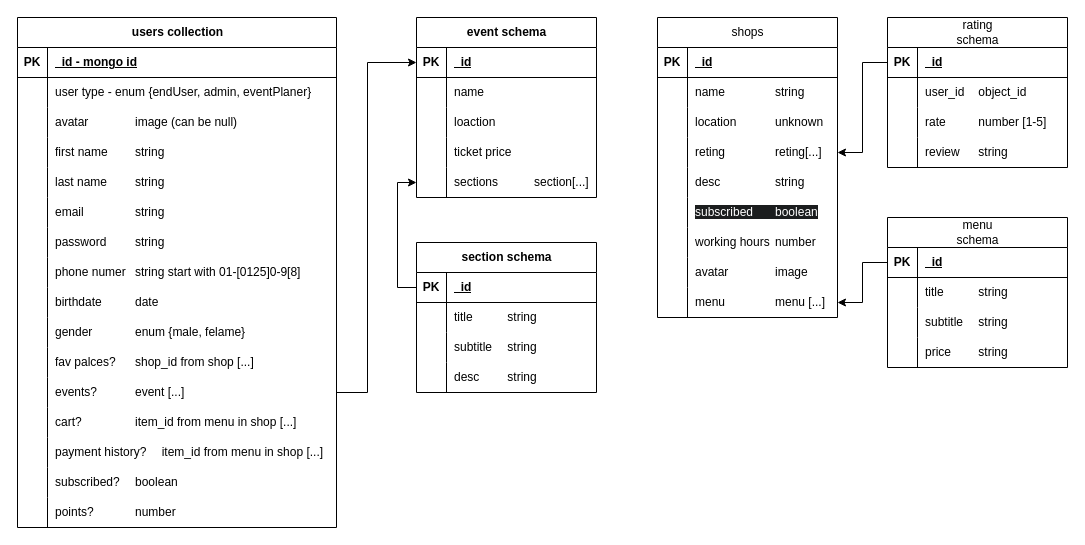
marinaeleshaa/EcoSphere keeps this draw.io diagram as page "collections" (3 of 3) of docs/EcoSphere.drawio. Above is the earlier version. Source tidied: cells renumbered, new cells numbered last; positions are measured from the earlier drawing's top-left corner, leaving out a move shared by most shapes. Both pictures are drawn from the tidied source at 100%, with x=0, y=0 at pixel (17, 17).
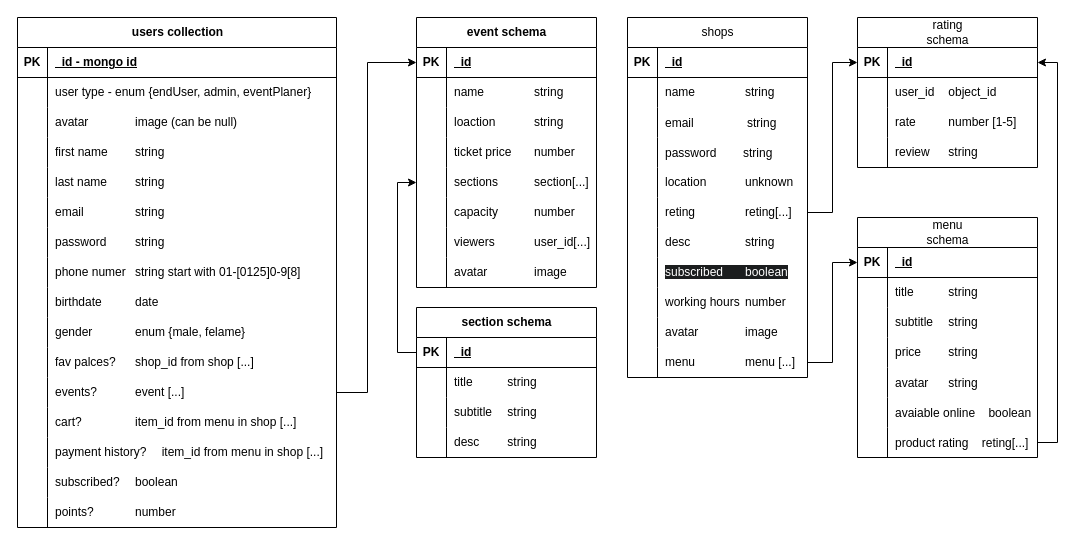
The same diagram, later.

Unchanged cells that the change refers to:
```xml
<mxCell id="55" style="shape=tableRow;horizontal=0;startSize=0;swimlaneHead=0;swimlaneBody=0;fillColor=none;top=0;left=0;right=0;bottom=0;" parent="51" vertex="1">
  <mxGeometry y="60" width="180" height="30" as="geometry" />
</mxCell>
<mxCell id="58" style="shape=tableRow;horizontal=0;startSize=0;swimlaneHead=0;swimlaneBody=0;fillColor=none;top=0;left=0;right=0;bottom=0;" parent="51" vertex="1">
  <mxGeometry y="90" width="180" height="30" as="geometry" />
</mxCell>
<mxCell id="61" style="shape=tableRow;horizontal=0;startSize=0;swimlaneHead=0;swimlaneBody=0;fillColor=none;top=0;left=0;right=0;bottom=0;" parent="51" vertex="1">
  <mxGeometry y="120" width="180" height="30" as="geometry" />
</mxCell>
<mxCell id="64" style="shape=tableRow;horizontal=0;startSize=0;swimlaneHead=0;swimlaneBody=0;fillColor=none;points=[[0,0.5],[1,0.5]];portConstraint=eastwest;top=0;left=0;right=0;bottom=0;" parent="51" vertex="1">
  <mxGeometry y="150" width="180" height="30" as="geometry" />
</mxCell>
<mxCell id="68" style="shape=tableRow;horizontal=0;startSize=0;swimlaneHead=0;swimlaneBody=0;fillColor=none;points=[[0,0.5],[1,0.5]];portConstraint=eastwest;top=0;left=0;right=0;bottom=1;" parent="67" vertex="1">
  <mxGeometry y="30" width="180" height="30" as="geometry" />
</mxCell>
<mxCell id="111" style="shape=tableRow;horizontal=0;startSize=0;swimlaneHead=0;swimlaneBody=0;fillColor=none;points=[[0,0.5],[1,0.5]];portConstraint=eastwest;top=0;left=0;right=0;bottom=1;" parent="110" vertex="1">
  <mxGeometry y="30" width="180" height="30" as="geometry" />
</mxCell>
<mxCell id="125" style="shape=tableRow;horizontal=0;startSize=0;swimlaneHead=0;swimlaneBody=0;fillColor=none;points=[[0,0.5],[1,0.5]];portConstraint=eastwest;top=0;left=0;right=0;bottom=1;" parent="124" vertex="1">
  <mxGeometry y="30" width="180" height="30" as="geometry" />
</mxCell>
```

Change to the diagram source:
```diff
@@
     <mxCell id="51" value="event schema" style="shape=table;startSize=30;childLayout=tableLayout;rowLines=0;fontStyle=1;align=center;html=1;" parent="1" vertex="1">
-      <mxGeometry x="399" width="180" height="180" as="geometry" />
+      <mxGeometry x="399" width="180" height="270" as="geometry" />
     </mxCell>
@@
-    <mxCell id="57" value="name" style="shape=partialRectangle;fillColor=none;top=0;left=0;bottom=0;right=0;align=left;spacingLeft=6;overflow=hidden;whiteSpace=wrap;html=1;" parent="55" vertex="1">
+    <mxCell id="57" value="name&lt;span style=&quot;white-space: pre;&quot;&gt;&#9;&lt;/span&gt; &lt;span style=&quot;white-space: pre;&quot;&gt;&#9;&lt;/span&gt;string" style="shape=partialRectangle;fillColor=none;top=0;left=0;bottom=0;right=0;align=left;spacingLeft=6;overflow=hidden;whiteSpace=wrap;html=1;" parent="55" vertex="1">
       <mxGeometry x="30" width="150" height="30" as="geometry" />
     </mxCell>
@@
-    <mxCell id="60" value="loaction" style="shape=partialRectangle;fillColor=none;top=0;left=0;bottom=0;right=0;align=left;spacingLeft=6;overflow=hidden;whiteSpace=wrap;html=1;" parent="58" vertex="1">
+    <mxCell id="60" value="loaction&lt;span style=&quot;white-space: pre;&quot;&gt;&#9;&lt;/span&gt;&lt;span style=&quot;white-space: pre;&quot;&gt;&#9;&lt;/span&gt;string" style="shape=partialRectangle;fillColor=none;top=0;left=0;bottom=0;right=0;align=left;spacingLeft=6;overflow=hidden;whiteSpace=wrap;html=1;" parent="58" vertex="1">
       <mxGeometry x="30" width="150" height="30" as="geometry" />
     </mxCell>
@@
-    <mxCell id="63" value="&lt;span style=&quot;text-align: center;&quot;&gt;ticket price&lt;/span&gt;" style="shape=partialRectangle;fillColor=none;top=0;left=0;bottom=0;right=0;align=left;spacingLeft=6;overflow=hidden;whiteSpace=wrap;html=1;" parent="61" vertex="1">
+    <mxCell id="63" value="&lt;span style=&quot;text-align: center;&quot;&gt;ticket price&lt;span style=&quot;white-space: pre;&quot;&gt;&#9;&lt;/span&gt;number&lt;/span&gt;" style="shape=partialRectangle;fillColor=none;top=0;left=0;bottom=0;right=0;align=left;spacingLeft=6;overflow=hidden;whiteSpace=wrap;html=1;" parent="61" vertex="1">
       <mxGeometry x="30" width="150" height="30" as="geometry" />
     </mxCell>
@@
-    <mxCell id="66" value="&lt;span style=&quot;text-align: center;&quot;&gt;sections&amp;nbsp;&lt;span style=&quot;white-space: pre;&quot;&gt;&#9;&lt;/span&gt;&lt;span style=&quot;white-space: pre;&quot;&gt;&#9;&lt;/span&gt;section[...]&lt;/span&gt;" style="shape=partialRectangle;fillColor=none;top=0;left=0;bottom=0;right=0;align=left;spacingLeft=6;overflow=hidden;whiteSpace=wrap;html=1;" parent="64" vertex="1">
+    <mxCell id="66" value="&lt;span style=&quot;text-align: center;&quot;&gt;sections&lt;span style=&quot;white-space: pre;&quot;&gt;&#9;&lt;/span&gt;&amp;nbsp;&lt;span style=&quot;white-space: pre;&quot;&gt;&#9;&lt;/span&gt;section[...]&lt;/span&gt;" style="shape=partialRectangle;fillColor=none;top=0;left=0;bottom=0;right=0;align=left;spacingLeft=6;overflow=hidden;whiteSpace=wrap;html=1;" parent="64" vertex="1">
       <mxGeometry x="30" width="150" height="30" as="geometry" />
     </mxCell>
+    <mxCell id="138" style="shape=tableRow;horizontal=0;startSize=0;swimlaneHead=0;swimlaneBody=0;fillColor=none;top=0;left=0;right=0;bottom=0;" parent="51" vertex="1">
+      <mxGeometry y="180" width="180" height="30" as="geometry" />
+    </mxCell>
+    <mxCell id="139" style="shape=partialRectangle;fillColor=none;top=0;left=0;bottom=0;right=0;overflow=hidden;whiteSpace=wrap;html=1;" parent="138" vertex="1">
+      <mxGeometry width="30" height="30" as="geometry" />
+    </mxCell>
+    <mxCell id="140" value="&lt;span style=&quot;text-align: center;&quot;&gt;capacity&lt;span style=&quot;white-space: pre;&quot;&gt;&#9;&lt;span style=&quot;white-space: pre;&quot;&gt;&#9;&lt;/span&gt;&lt;/span&gt;number&lt;/span&gt;" style="shape=partialRectangle;fillColor=none;top=0;left=0;bottom=0;right=0;align=left;spacingLeft=6;overflow=hidden;whiteSpace=wrap;html=1;" parent="138" vertex="1">
+      <mxGeometry x="30" width="150" height="30" as="geometry" />
+    </mxCell>
+    <mxCell id="141" style="shape=tableRow;horizontal=0;startSize=0;swimlaneHead=0;swimlaneBody=0;fillColor=none;top=0;left=0;right=0;bottom=0;" parent="51" vertex="1">
+      <mxGeometry y="210" width="180" height="30" as="geometry" />
+    </mxCell>
+    <mxCell id="142" style="shape=partialRectangle;fillColor=none;top=0;left=0;bottom=0;right=0;overflow=hidden;whiteSpace=wrap;html=1;" parent="141" vertex="1">
+      <mxGeometry width="30" height="30" as="geometry" />
+    </mxCell>
+    <mxCell id="143" value="&lt;div style=&quot;text-align: center;&quot;&gt;&lt;span style=&quot;background-color: transparent; color: light-dark(rgb(0, 0, 0), rgb(255, 255, 255)); text-align: left;&quot;&gt;viewers&lt;/span&gt;&lt;span style=&quot;background-color: transparent; color: light-dark(rgb(0, 0, 0), rgb(255, 255, 255));&quot;&gt;&lt;span style=&quot;white-space: pre;&quot;&gt;&#9;&lt;/span&gt;&lt;span style=&quot;white-space: pre;&quot;&gt;&#9;&lt;/span&gt;user_id[...]&lt;/span&gt;&lt;/div&gt;" style="shape=partialRectangle;fillColor=none;top=0;left=0;bottom=0;right=0;align=left;spacingLeft=6;overflow=hidden;whiteSpace=wrap;html=1;" parent="141" vertex="1">
+      <mxGeometry x="30" width="150" height="30" as="geometry" />
+    </mxCell>
+    <mxCell id="144" style="shape=tableRow;horizontal=0;startSize=0;swimlaneHead=0;swimlaneBody=0;fillColor=none;top=0;left=0;right=0;bottom=0;" parent="51" vertex="1">
+      <mxGeometry y="240" width="180" height="30" as="geometry" />
+    </mxCell>
+    <mxCell id="145" style="shape=partialRectangle;fillColor=none;top=0;left=0;bottom=0;right=0;overflow=hidden;whiteSpace=wrap;html=1;" parent="144" vertex="1">
+      <mxGeometry width="30" height="30" as="geometry" />
+    </mxCell>
+    <mxCell id="146" value="&lt;span style=&quot;text-align: center;&quot;&gt;avatar&lt;span style=&quot;white-space: pre;&quot;&gt;&#9;&lt;span style=&quot;white-space: pre;&quot;&gt;&#9;&lt;/span&gt;&lt;/span&gt;image&lt;/span&gt;" style="shape=partialRectangle;fillColor=none;top=0;left=0;bottom=0;right=0;align=left;spacingLeft=6;overflow=hidden;whiteSpace=wrap;html=1;" parent="144" vertex="1">
+      <mxGeometry x="30" width="150" height="30" as="geometry" />
+    </mxCell>
     <mxCell id="67" value="section schema" style="shape=table;startSize=30;childLayout=tableLayout;rowLines=0;fontStyle=1;align=center;html=1;" parent="1" vertex="1">
-      <mxGeometry x="399" y="225" width="180" height="150" as="geometry" />
+      <mxGeometry x="399" y="290" width="180" height="150" as="geometry" />
     </mxCell>
@@
     <mxCell id="81" style="edgeStyle=orthogonalEdgeStyle;rounded=0;jettySize=auto;html=1;entryX=0;entryY=0.5;entryDx=0;entryDy=0;" parent="1" edge="1" source="68" target="64">
       <mxGeometry relative="1" as="geometry">
         <Array as="points">
-          <mxPoint x="380" y="270" />
+          <mxPoint x="380" y="335" />
           <mxPoint x="380" y="165" />
         </Array>
       </mxGeometry>
     </mxCell>
     <mxCell id="82" value="&lt;span style=&quot;font-weight: 400; text-wrap-mode: wrap;&quot;&gt;shops&lt;/span&gt;" style="shape=table;startSize=30;childLayout=tableLayout;rowLines=0;fontStyle=1;align=center;html=1;" parent="1" vertex="1">
-      <mxGeometry x="640" width="180" height="300" as="geometry" />
+      <mxGeometry x="610" width="180" height="360" as="geometry" />
     </mxCell>
@@
+    <mxCell id="147" style="shape=tableRow;horizontal=0;startSize=0;swimlaneHead=0;swimlaneBody=0;fillColor=none;top=0;left=0;right=0;bottom=0;" parent="82" vertex="1">
+      <mxGeometry y="90" width="180" height="30" as="geometry" />
+    </mxCell>
+    <mxCell id="148" style="shape=partialRectangle;fillColor=none;top=0;left=0;bottom=0;right=0;overflow=hidden;" parent="147" vertex="1">
+      <mxGeometry width="30" height="30" as="geometry" />
+    </mxCell>
+    <mxCell id="149" value="email                string" style="shape=partialRectangle;fillColor=none;top=0;left=0;bottom=0;right=0;align=left;spacingLeft=6;overflow=hidden;" parent="147" vertex="1">
+      <mxGeometry x="30" width="150" height="30" as="geometry" />
+    </mxCell>
+    <mxCell id="150" style="shape=tableRow;horizontal=0;startSize=0;swimlaneHead=0;swimlaneBody=0;fillColor=none;top=0;left=0;right=0;bottom=0;" parent="82" vertex="1">
+      <mxGeometry y="120" width="180" height="30" as="geometry" />
+    </mxCell>
+    <mxCell id="151" style="shape=partialRectangle;fillColor=none;top=0;left=0;bottom=0;right=0;overflow=hidden;" parent="150" vertex="1">
+      <mxGeometry width="30" height="30" as="geometry" />
+    </mxCell>
+    <mxCell id="152" value="password        string" style="shape=partialRectangle;fillColor=none;top=0;left=0;bottom=0;right=0;align=left;spacingLeft=6;overflow=hidden;" parent="150" vertex="1">
+      <mxGeometry x="30" width="150" height="30" as="geometry" />
+    </mxCell>
     <mxCell id="89" style="shape=tableRow;horizontal=0;startSize=0;swimlaneHead=0;swimlaneBody=0;fillColor=none;top=0;left=0;right=0;bottom=0;" parent="82" vertex="1">
-      <mxGeometry y="90" width="180" height="30" as="geometry" />
+      <mxGeometry y="150" width="180" height="30" as="geometry" />
     </mxCell>
@@
     <mxCell id="92" style="shape=tableRow;horizontal=0;startSize=0;swimlaneHead=0;swimlaneBody=0;fillColor=none;points=[[0,0.5],[1,0.5]];portConstraint=eastwest;top=0;left=0;right=0;bottom=0;" parent="82" vertex="1">
-      <mxGeometry y="120" width="180" height="30" as="geometry" />
+      <mxGeometry y="180" width="180" height="30" as="geometry" />
     </mxCell>
@@
     <mxCell id="95" style="shape=tableRow;horizontal=0;startSize=0;swimlaneHead=0;swimlaneBody=0;fillColor=none;top=0;left=0;right=0;bottom=0;" parent="82" vertex="1">
-      <mxGeometry y="150" width="180" height="30" as="geometry" />
+      <mxGeometry y="210" width="180" height="30" as="geometry" />
     </mxCell>
@@
     <mxCell id="98" style="shape=tableRow;horizontal=0;startSize=0;swimlaneHead=0;swimlaneBody=0;fillColor=none;top=0;left=0;right=0;bottom=0;" parent="82" vertex="1">
-      <mxGeometry y="180" width="180" height="30" as="geometry" />
+      <mxGeometry y="240" width="180" height="30" as="geometry" />
     </mxCell>
@@
     <mxCell id="101" style="shape=tableRow;horizontal=0;startSize=0;swimlaneHead=0;swimlaneBody=0;fillColor=none;top=0;left=0;right=0;bottom=0;" parent="82" vertex="1">
-      <mxGeometry y="210" width="180" height="30" as="geometry" />
+      <mxGeometry y="270" width="180" height="30" as="geometry" />
     </mxCell>
@@
     <mxCell id="104" style="shape=tableRow;horizontal=0;startSize=0;swimlaneHead=0;swimlaneBody=0;fillColor=none;top=0;left=0;right=0;bottom=0;" parent="82" vertex="1">
-      <mxGeometry y="240" width="180" height="30" as="geometry" />
+      <mxGeometry y="300" width="180" height="30" as="geometry" />
     </mxCell>
@@
     <mxCell id="107" style="shape=tableRow;horizontal=0;startSize=0;swimlaneHead=0;swimlaneBody=0;fillColor=none;points=[[0,0.5],[1,0.5]];portConstraint=eastwest;top=0;left=0;right=0;bottom=0;" parent="82" vertex="1">
-      <mxGeometry y="270" width="180" height="30" as="geometry" />
+      <mxGeometry y="330" width="180" height="30" as="geometry" />
     </mxCell>
@@
     <mxCell id="110" value="&lt;span style=&quot;font-weight: 400; text-wrap-mode: wrap;&quot;&gt;rating schema&lt;/span&gt;" style="shape=table;startSize=30;childLayout=tableLayout;rowLines=0;fontStyle=1;align=center;html=1;" parent="1" vertex="1">
-      <mxGeometry x="870" width="180" height="150" as="geometry" />
+      <mxGeometry x="840" width="180" height="150" as="geometry" />
     </mxCell>
@@
-    <mxCell id="123" style="edgeStyle=orthogonalEdgeStyle;rounded=0;jettySize=auto;html=1;" parent="1" edge="1" source="111" target="92">
-      <mxGeometry relative="1" as="geometry" />
-    </mxCell>
     <mxCell id="124" value="&lt;span style=&quot;font-weight: 400; text-wrap-mode: wrap;&quot;&gt;menu schema&lt;/span&gt;" style="shape=table;startSize=30;childLayout=tableLayout;rowLines=0;fontStyle=1;align=center;html=1;" parent="1" vertex="1">
-      <mxGeometry x="870" y="200" width="180" height="150" as="geometry" />
+      <mxGeometry x="840" y="200" width="180" height="240" as="geometry" />
     </mxCell>
@@
-    <mxCell id="137" style="edgeStyle=orthogonalEdgeStyle;rounded=0;jettySize=auto;html=1;" parent="1" edge="1" source="125" target="107">
-      <mxGeometry relative="1" as="geometry" />
-    </mxCell>
+    <mxCell id="153" style="shape=tableRow;horizontal=0;startSize=0;swimlaneHead=0;swimlaneBody=0;fillColor=none;top=0;left=0;right=0;bottom=0;" parent="124" vertex="1">
+      <mxGeometry y="150" width="180" height="30" as="geometry" />
+    </mxCell>
+    <mxCell id="154" style="shape=partialRectangle;fillColor=none;top=0;left=0;bottom=0;right=0;overflow=hidden;" parent="153" vertex="1">
+      <mxGeometry width="30" height="30" as="geometry" />
+    </mxCell>
+    <mxCell id="155" value="avatar      string" style="shape=partialRectangle;fillColor=none;top=0;left=0;bottom=0;right=0;align=left;spacingLeft=6;overflow=hidden;" parent="153" vertex="1">
+      <mxGeometry x="30" width="150" height="30" as="geometry" />
+    </mxCell>
+    <mxCell id="156" style="shape=tableRow;horizontal=0;startSize=0;swimlaneHead=0;swimlaneBody=0;fillColor=none;top=0;left=0;right=0;bottom=0;" parent="124" vertex="1">
+      <mxGeometry y="180" width="180" height="30" as="geometry" />
+    </mxCell>
+    <mxCell id="157" style="shape=partialRectangle;fillColor=none;top=0;left=0;bottom=0;right=0;overflow=hidden;" parent="156" vertex="1">
+      <mxGeometry width="30" height="30" as="geometry" />
+    </mxCell>
+    <mxCell id="158" value="avaiable online    boolean" style="shape=partialRectangle;fillColor=none;top=0;left=0;bottom=0;right=0;align=left;spacingLeft=6;overflow=hidden;" parent="156" vertex="1">
+      <mxGeometry x="30" width="150" height="30" as="geometry" />
+    </mxCell>
+    <mxCell id="159" style="shape=tableRow;horizontal=0;startSize=0;swimlaneHead=0;swimlaneBody=0;fillColor=none;points=[[0,0.5],[1,0.5]];portConstraint=eastwest;top=0;left=0;right=0;bottom=0;" parent="124" vertex="1">
+      <mxGeometry y="210" width="180" height="30" as="geometry" />
+    </mxCell>
+    <mxCell id="160" style="shape=partialRectangle;fillColor=none;top=0;left=0;bottom=0;right=0;overflow=hidden;" parent="159" vertex="1">
+      <mxGeometry width="30" height="30" as="geometry" />
+    </mxCell>
+    <mxCell id="161" value="product rating    reting[...]" style="shape=partialRectangle;fillColor=none;top=0;left=0;bottom=0;right=0;align=left;spacingLeft=6;overflow=hidden;" parent="159" vertex="1">
+      <mxGeometry x="30" width="150" height="30" as="geometry" />
+    </mxCell>
+    <mxCell id="162" style="edgeStyle=orthogonalEdgeStyle;rounded=0;jettySize=auto;html=1;" parent="1" edge="1" source="107" target="125">
+      <mxGeometry relative="1" as="geometry" />
+    </mxCell>
+    <mxCell id="163" style="edgeStyle=orthogonalEdgeStyle;rounded=0;jettySize=auto;html=1;entryX=0;entryY=0.5;entryDx=0;entryDy=0;" parent="1" edge="1" source="92" target="111">
+      <mxGeometry relative="1" as="geometry" />
+    </mxCell>
+    <mxCell id="164" style="edgeStyle=orthogonalEdgeStyle;rounded=0;jettySize=auto;html=1;entryX=1;entryY=0.5;entryDx=0;entryDy=0;" parent="1" edge="1" source="159" target="111">
+      <mxGeometry relative="1" as="geometry">
+        <Array as="points">
+          <mxPoint x="1040" y="425" />
+          <mxPoint x="1040" y="45" />
+        </Array>
+      </mxGeometry>
+    </mxCell>
```
